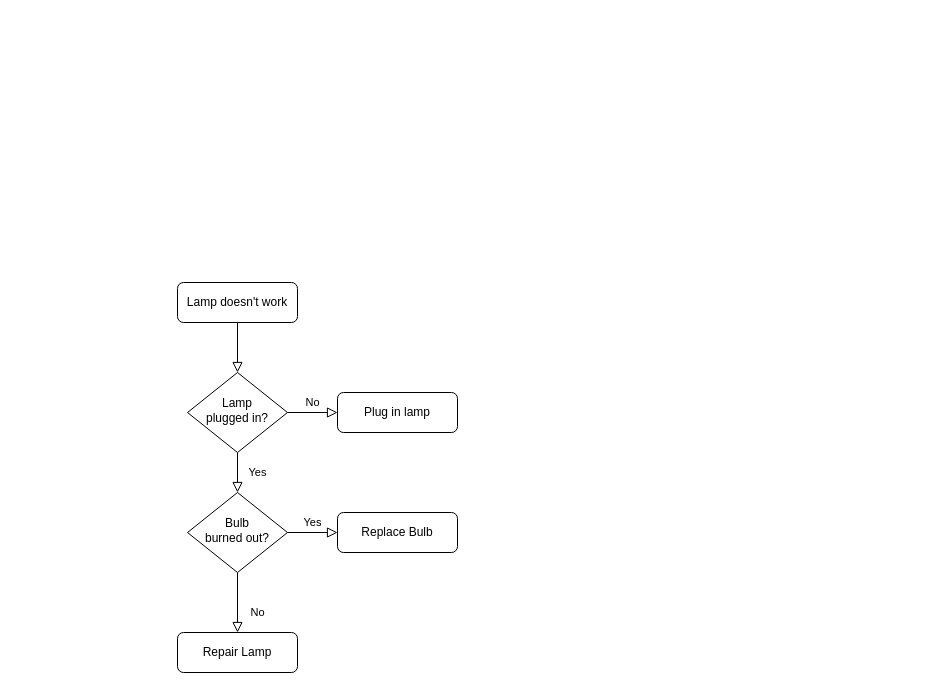
The draw.io diagram Untitled Diagram.drawio in iBeiKeDevHomework/homework1, before the edit. Source tidied: cells renumbered, new cells numbered last; positions are measured from the earlier drawing's top-left corner, leaving out a move shared by most shapes. Both pictures are drawn from the tidied source at 100%, with x=0, y=0 at pixel (177, 282).
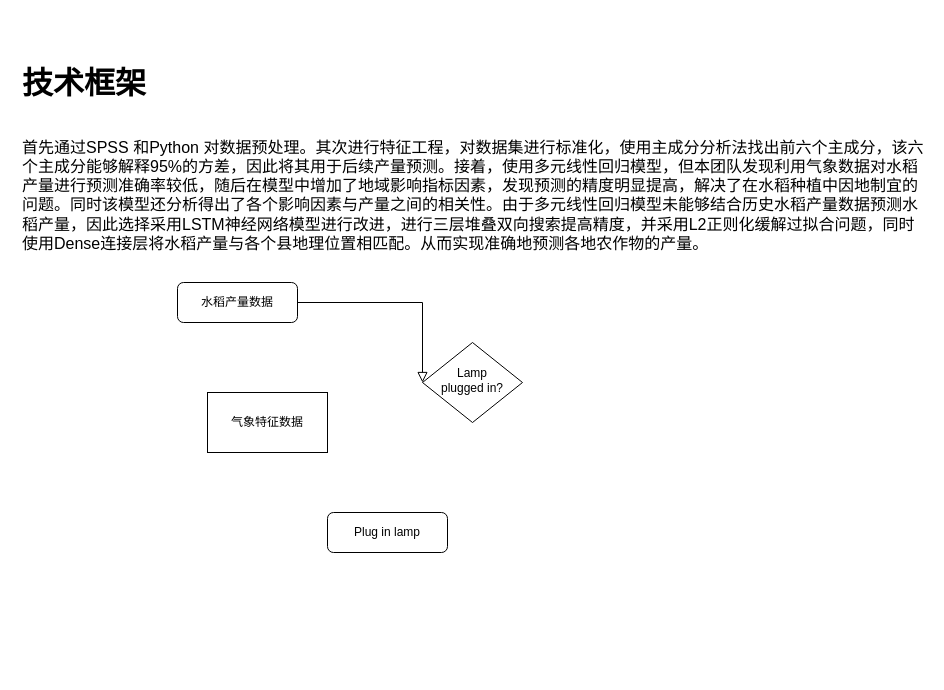
The same diagram, later.

Diff of the diagram source:
```diff
@@
 <mxGraphModel>
   <root>
     <mxCell id="0" />
     <mxCell id="1" parent="0" />
-    <mxCell id="2" style="rounded=0;html=1;jettySize=auto;fontSize=11;endArrow=block;endFill=0;endSize=8;strokeWidth=1;shadow=0;labelBackgroundColor=none;edgeStyle=orthogonalEdgeStyle;" parent="1" edge="1" source="3" target="6">
-      <mxGeometry relative="1" as="geometry" />
+    <mxCell id="2" style="rounded=0;html=1;jettySize=auto;fontSize=11;endArrow=block;endFill=0;endSize=8;strokeWidth=1;shadow=0;labelBackgroundColor=none;edgeStyle=orthogonalEdgeStyle;entryX=0;entryY=0.5;entryDx=0;entryDy=0;" parent="1" edge="1" source="3" target="6">
+      <mxGeometry relative="1" as="geometry">
+        <Array as="points">
+          <mxPoint x="245" y="20" />
+        </Array>
+      </mxGeometry>
     </mxCell>
-    <mxCell id="3" value="Lamp doesn't work" style="rounded=1;whiteSpace=wrap;html=1;fontSize=12;glass=0;strokeWidth=1;shadow=0;" parent="1" vertex="1">
+    <mxCell id="3" value="水稻产量数据" style="rounded=1;whiteSpace=wrap;html=1;fontSize=12;glass=0;strokeWidth=1;shadow=0;" parent="1" vertex="1">
       <mxGeometry width="120" height="40" as="geometry" />
     </mxCell>
-    <mxCell id="4" value="Yes" style="rounded=0;html=1;jettySize=auto;fontSize=11;endArrow=block;endFill=0;endSize=8;strokeWidth=1;shadow=0;labelBackgroundColor=none;edgeStyle=orthogonalEdgeStyle;" parent="1" edge="1" source="6" target="10">
-      <mxGeometry y="20" relative="1" as="geometry" />
-    </mxCell>
-    <mxCell id="5" value="No" style="edgeStyle=orthogonalEdgeStyle;rounded=0;html=1;jettySize=auto;fontSize=11;endArrow=block;endFill=0;endSize=8;strokeWidth=1;shadow=0;labelBackgroundColor=none;" parent="1" edge="1" source="6" target="7">
-      <mxGeometry y="10" relative="1" as="geometry" />
-    </mxCell>
     <mxCell id="6" value="Lamp&lt;br&gt;plugged in?" style="rhombus;whiteSpace=wrap;html=1;shadow=0;fontFamily=Helvetica;fontSize=12;align=center;strokeWidth=1;spacing=6;spacingTop=-4;" parent="1" vertex="1">
-      <mxGeometry x="10" y="90" width="100" height="80" as="geometry" />
+      <mxGeometry x="245" y="60" width="100" height="80" as="geometry" />
     </mxCell>
     <mxCell id="7" value="Plug in lamp" style="rounded=1;whiteSpace=wrap;html=1;fontSize=12;glass=0;strokeWidth=1;shadow=0;" parent="1" vertex="1">
-      <mxGeometry x="160" y="110" width="120" height="40" as="geometry" />
+      <mxGeometry x="150" y="230" width="120" height="40" as="geometry" />
     </mxCell>
-    <mxCell id="8" value="No" style="rounded=0;html=1;jettySize=auto;fontSize=11;endArrow=block;endFill=0;endSize=8;strokeWidth=1;shadow=0;labelBackgroundColor=none;edgeStyle=orthogonalEdgeStyle;" parent="1" edge="1" source="10" target="11">
-      <mxGeometry x="0.33" y="20" relative="1" as="geometry" />
-    </mxCell>
-    <mxCell id="9" value="Yes" style="edgeStyle=orthogonalEdgeStyle;rounded=0;html=1;jettySize=auto;fontSize=11;endArrow=block;endFill=0;endSize=8;strokeWidth=1;shadow=0;labelBackgroundColor=none;" parent="1" edge="1" source="10" target="12">
-      <mxGeometry y="10" relative="1" as="geometry" />
-    </mxCell>
-    <mxCell id="10" value="Bulb&lt;br&gt;burned out?" style="rhombus;whiteSpace=wrap;html=1;shadow=0;fontFamily=Helvetica;fontSize=12;align=center;strokeWidth=1;spacing=6;spacingTop=-4;" parent="1" vertex="1">
-      <mxGeometry x="10" y="210" width="100" height="80" as="geometry" />
-    </mxCell>
-    <mxCell id="11" value="Repair Lamp" style="rounded=1;whiteSpace=wrap;html=1;fontSize=12;glass=0;strokeWidth=1;shadow=0;" parent="1" vertex="1">
-      <mxGeometry y="350" width="120" height="40" as="geometry" />
-    </mxCell>
-    <mxCell id="12" value="Replace Bulb" style="rounded=1;whiteSpace=wrap;html=1;fontSize=12;glass=0;strokeWidth=1;shadow=0;" parent="1" vertex="1">
-      <mxGeometry x="160" y="230" width="120" height="40" as="geometry" />
-    </mxCell>
+    <mxCell id="13" value="气象特征数据" style="rounded=0;whiteSpace=wrap;html=1;" parent="1" vertex="1">
+      <mxGeometry x="30" y="110" width="120" height="60" as="geometry" />
+    </mxCell>
+    <mxCell id="14" value="&lt;h1&gt;&lt;font&gt;&lt;b style=&quot;font-size: 27px&quot;&gt;&lt;br&gt;&lt;/b&gt;&lt;b&gt;&lt;font style=&quot;font-size: 31px&quot; face=&quot;Times New Roman&quot;&gt;技术框架&lt;/font&gt;&lt;/b&gt;&lt;/font&gt;&lt;/h1&gt;&lt;font style=&quot;font-size: 16px&quot;&gt;&lt;br&gt;&lt;/font&gt;&lt;div style=&quot;font-size: 16px&quot;&gt;&lt;font style=&quot;font-size: 16px&quot;&gt;首先通过SPSS 和Python 对数据预处理。其次进行特征工程，对数据集进行标准化，使用主成分分析法找出前六个主成分，该六个主成分能够解释95%的方差，因此将其用于后续产量预测。接着，使用多元线性回归模型，但本团队发现利用气象数据对水稻产量进行预测准确率较低，随后在模型中增加了地域影响指标因素，发现预测的精度明显提高，解决了在水稻种植中因地制宜的问题。同时该模型还分析得出了各个影响因素与产量之间的相关性。由于多元线性回归模型未能够结合历史水稻产量数据预测水稻产量，因此选择采用LSTM神经网络模型进行改进，进行三层堆叠双向搜索提高精度，并采用L2正则化缓解过拟合问题，同时使用Dense连接层将水稻产量与各个县地理位置相匹配。从而实现准确地预测各地农作物的产量。&lt;/font&gt;&lt;/div&gt;&lt;div style=&quot;font-size: 27px&quot;&gt;&lt;br&gt;&lt;/div&gt;" style="text;html=1;strokeColor=none;fillColor=none;spacing=5;spacingTop=-20;whiteSpace=wrap;overflow=hidden;rounded=0;" parent="1" vertex="1">
+      <mxGeometry x="-160" y="-255" width="910" height="295" as="geometry" />
+    </mxCell>
   </root>
 </mxGraphModel>
```
